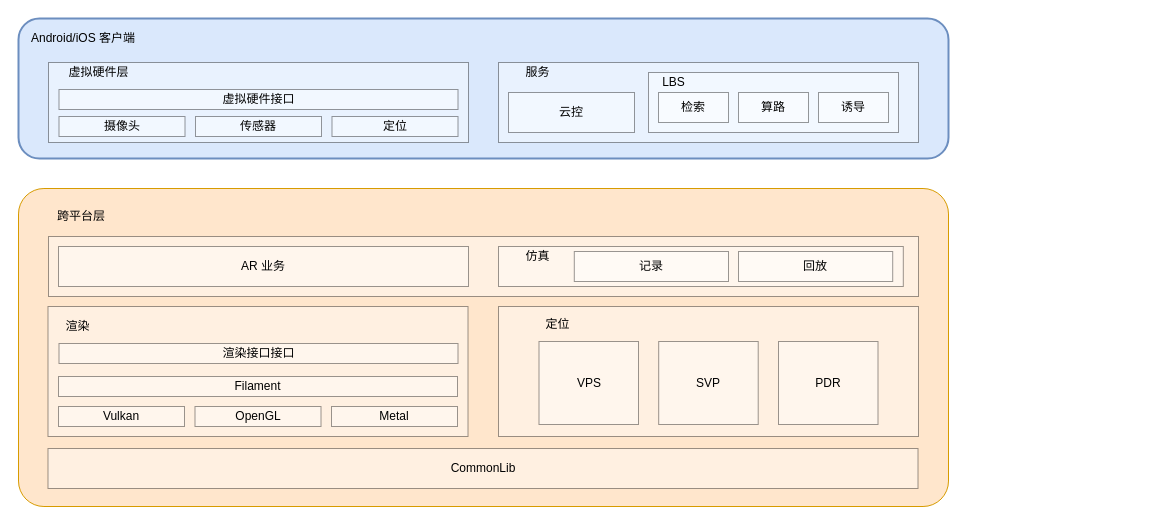
This is page "SDK 架构" (3 of 12) of AR 客户端架构.drawio from wangziji/graphics, a draw.io file, before an edit. Source tidied: cells renumbered, new cells numbered last; positions are measured from the earlier drawing's top-left corner, leaving out a move shared by most shapes. Both pictures are drawn from the tidied source at 100%, with x=0, y=0 at pixel (18, 18).
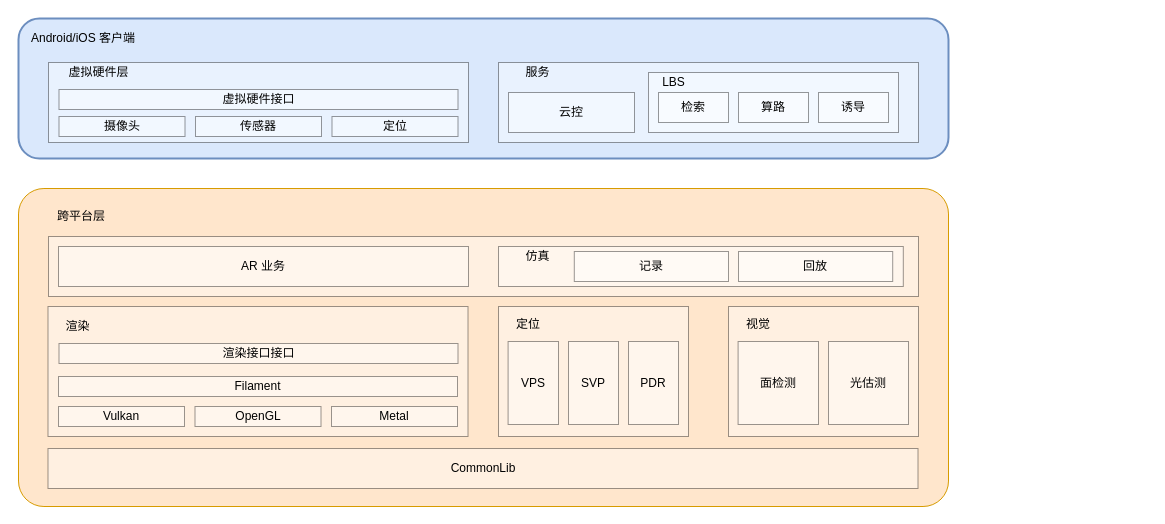
Above is the later version.

Unchanged cells that the change refers to:
```xml
<mxCell id="23" style="group;" parent="20" vertex="1">
  <mxGeometry x="480" y="118" width="420" height="130" as="geometry" />
</mxCell>
```

Change to the diagram source:
```diff
@@
     <mxCell id="20" style="group;" parent="1" vertex="1">
-      <mxGeometry y="170" width="930" height="318" as="geometry" />
+      <mxGeometry y="170" width="1130" height="318" as="geometry" />
     </mxCell>
@@
     <mxCell id="24" style="rounded=0;whiteSpace=wrap;html=1;strokeWidth=1;opacity=40;" parent="23" vertex="1">
-      <mxGeometry width="420" height="130" as="geometry" />
+      <mxGeometry width="190" height="130" as="geometry" />
     </mxCell>
     <mxCell id="25" value="定位" style="text;html=1;strokeColor=none;fillColor=none;align=center;verticalAlign=middle;whiteSpace=wrap;rounded=0;opacity=40;" parent="23" vertex="1">
-      <mxGeometry x="20" y="8" width="78.8" height="20" as="geometry" />
+      <mxGeometry y="8" width="60" height="20" as="geometry" />
     </mxCell>
     <mxCell id="26" value="VPS" style="rounded=0;whiteSpace=wrap;html=1;strokeWidth=1;opacity=40;" parent="23" vertex="1">
-      <mxGeometry x="40.5" y="35" width="99.5" height="83" as="geometry" />
+      <mxGeometry x="9.6" y="35" width="50.4" height="83" as="geometry" />
     </mxCell>
     <mxCell id="27" value="SVP" style="rounded=0;whiteSpace=wrap;html=1;strokeWidth=1;opacity=40;" parent="23" vertex="1">
-      <mxGeometry x="160.2" y="35" width="99.5" height="83" as="geometry" />
+      <mxGeometry x="70" y="35" width="50" height="83" as="geometry" />
     </mxCell>
     <mxCell id="28" value="PDR" style="rounded=0;whiteSpace=wrap;html=1;strokeWidth=1;opacity=40;" parent="23" vertex="1">
-      <mxGeometry x="280" y="35" width="99.5" height="83" as="geometry" />
+      <mxGeometry x="130" y="35" width="50" height="83" as="geometry" />
     </mxCell>
@@
+    <mxCell id="45" style="group;" parent="20" vertex="1">
+      <mxGeometry x="710" y="118" width="420" height="130" as="geometry" />
+    </mxCell>
+    <mxCell id="46" style="rounded=0;whiteSpace=wrap;html=1;strokeWidth=1;opacity=40;" parent="45" vertex="1">
+      <mxGeometry width="190" height="130" as="geometry" />
+    </mxCell>
+    <mxCell id="47" value="视觉" style="text;html=1;strokeColor=none;fillColor=none;align=center;verticalAlign=middle;whiteSpace=wrap;rounded=0;opacity=40;" parent="45" vertex="1">
+      <mxGeometry y="8" width="60" height="20" as="geometry" />
+    </mxCell>
+    <mxCell id="48" value="面检测" style="rounded=0;whiteSpace=wrap;html=1;strokeWidth=1;opacity=40;" parent="45" vertex="1">
+      <mxGeometry x="9.6" y="35" width="80.4" height="83" as="geometry" />
+    </mxCell>
+    <mxCell id="49" value="光估测" style="rounded=0;whiteSpace=wrap;html=1;strokeWidth=1;opacity=40;" parent="45" vertex="1">
+      <mxGeometry x="100" y="35" width="80" height="83" as="geometry" />
+    </mxCell>
```
